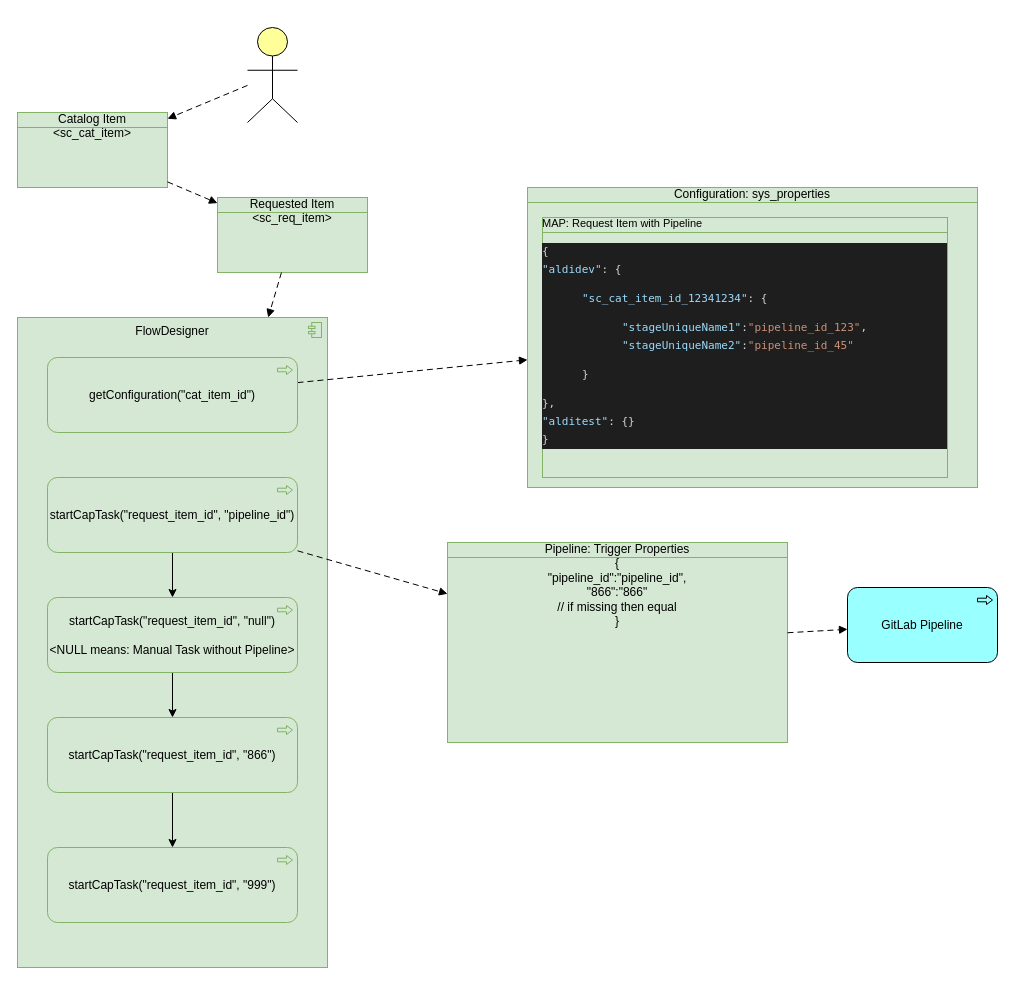
This is aldiCap.drawio from algimas/tmp, a draw.io file, before an edit. Source tidied: cells renumbered, new cells numbered last; positions are measured from the earlier drawing's top-left corner, leaving out a move shared by most shapes. Both pictures are drawn from the tidied source at 100%, with x=0, y=0 at pixel (17, 27).
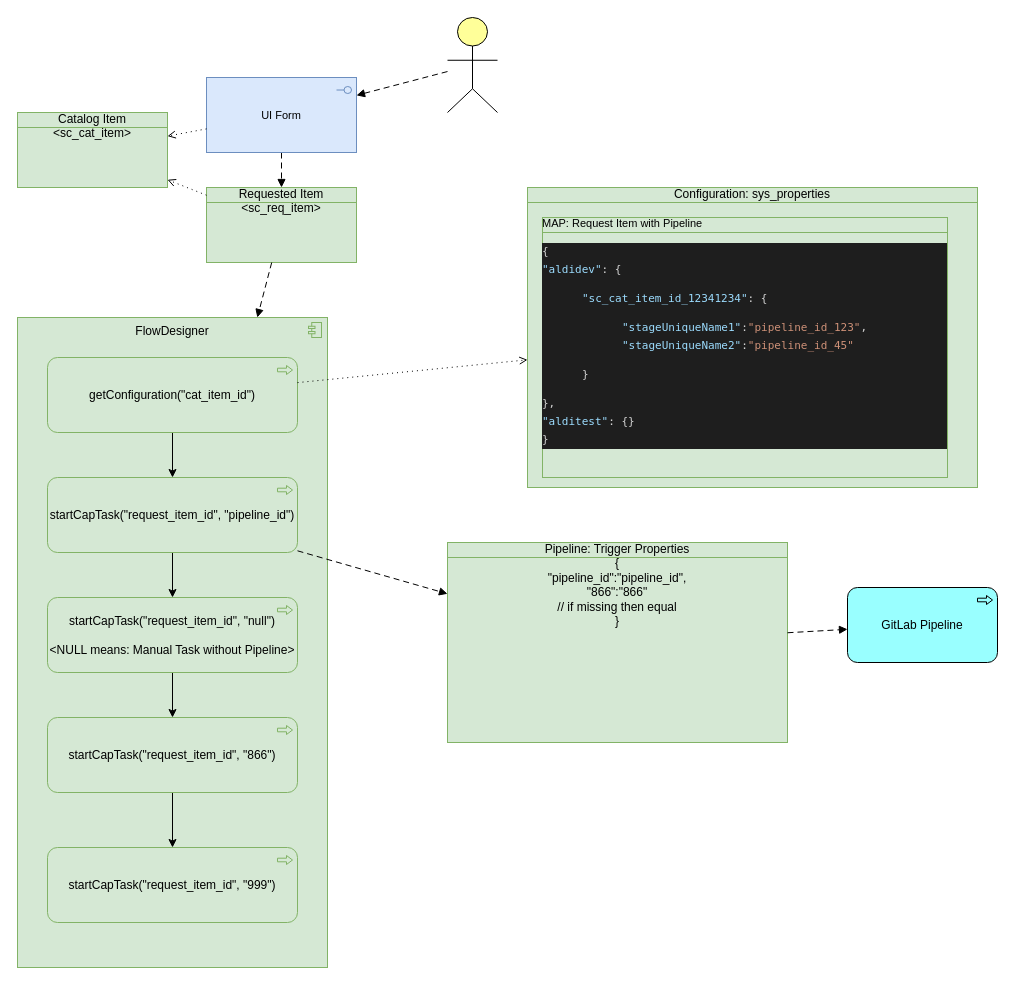
After the change.

Unchanged cells that the change refers to:
```xml
<mxCell id="6" value="Configuration: sys_properties" style="html=1;outlineConnect=0;whiteSpace=wrap;fillColor=#d5e8d4;shape=mxgraph.archimate3.businessObject;overflow=fill;strokeColor=#82b366;" parent="1" vertex="1">
  <mxGeometry x="510" y="160" width="450" height="300" as="geometry" />
</mxCell>
<mxCell id="10" value="startCapTask(&quot;request_item_id&quot;, &quot;pipeline_id&quot;)" style="html=1;outlineConnect=0;whiteSpace=wrap;fillColor=#d5e8d4;shape=mxgraph.archimate3.application;appType=proc;archiType=rounded;strokeColor=#82b366;" parent="1" vertex="1">
  <mxGeometry x="30" y="450" width="250" height="75" as="geometry" />
</mxCell>
<mxCell id="16" value="&lt;div&gt;Catalog Item &lt;br&gt;&lt;/div&gt;&lt;div&gt;&amp;lt;sc_cat_item&amp;gt;&lt;/div&gt;" style="html=1;outlineConnect=0;whiteSpace=wrap;fillColor=#d5e8d4;shape=mxgraph.archimate3.businessObject;overflow=fill;strokeColor=#82b366;" parent="1" vertex="1">
  <mxGeometry y="85" width="150" height="75" as="geometry" />
</mxCell>
<mxCell id="20" value="getConfiguration(&quot;cat_item_id&quot;)" style="html=1;outlineConnect=0;whiteSpace=wrap;fillColor=#d5e8d4;shape=mxgraph.archimate3.application;appType=proc;archiType=rounded;strokeColor=#82b366;" parent="1" vertex="1">
  <mxGeometry x="30" y="330" width="250" height="75" as="geometry" />
</mxCell>
```

What changed in the source:
```diff
@@
     <mxCell id="3" value="Requested Item &amp;lt;sc_req_item&amp;gt;" style="html=1;outlineConnect=0;whiteSpace=wrap;fillColor=#d5e8d4;shape=mxgraph.archimate3.businessObject;overflow=fill;strokeColor=#82b366;" parent="1" vertex="1">
-      <mxGeometry x="200" y="170" width="150" height="75" as="geometry" />
+      <mxGeometry x="189" y="160" width="150" height="75" as="geometry" />
     </mxCell>
@@
-    <mxCell id="5" style="html=1;endArrow=block;dashed=1;elbow=vertical;endFill=1;dashPattern=6 4;rounded=0;" parent="1" edge="1" source="20" target="6">
-      <mxGeometry relative="1" as="geometry" />
-    </mxCell>
@@
     <mxCell id="17" style="html=1;outlineConnect=0;whiteSpace=wrap;fillColor=#ffff99;verticalLabelPosition=bottom;verticalAlign=top;align=center;shape=mxgraph.archimate3.actor;" parent="1" vertex="1">
-      <mxGeometry x="230" width="50" height="95" as="geometry" />
+      <mxGeometry x="430" y="-10" width="50" height="95" as="geometry" />
     </mxCell>
-    <mxCell id="18" style="html=1;endArrow=block;dashed=1;elbow=vertical;endFill=1;dashPattern=6 4;rounded=0;" parent="1" edge="1" source="17" target="16">
+    <mxCell id="18" style="html=1;endArrow=block;dashed=1;elbow=vertical;endFill=1;dashPattern=6 4;rounded=0;" parent="1" edge="1" source="17" target="25">
       <mxGeometry relative="1" as="geometry" />
     </mxCell>
-    <mxCell id="19" style="html=1;endArrow=block;dashed=1;elbow=vertical;endFill=1;dashPattern=6 4;rounded=0;" parent="1" edge="1" source="16" target="3">
+    <mxCell id="19" style="html=1;endArrow=block;dashed=1;elbow=vertical;endFill=1;dashPattern=6 4;rounded=0;" parent="1" edge="1" source="25" target="3">
       <mxGeometry relative="1" as="geometry" />
     </mxCell>
+    <mxCell id="24" style="edgeStyle=none;rounded=0;jettySize=auto;html=1;fontSize=11;" parent="1" edge="1" source="20" target="10">
+      <mxGeometry relative="1" as="geometry" />
+    </mxCell>
@@
+    <mxCell id="25" value="UI Form" style="html=1;outlineConnect=0;whiteSpace=wrap;fillColor=#dae8fc;shape=mxgraph.archimate3.application;appType=interface;archiType=square;fontSize=11;strokeColor=#6c8ebf;" parent="1" vertex="1">
+      <mxGeometry x="189" y="50" width="150" height="75" as="geometry" />
+    </mxCell>
+    <mxCell id="26" style="html=1;endArrow=open;elbow=vertical;endFill=0;dashed=1;dashPattern=1 4;rounded=0;fontSize=11;" parent="1" edge="1" source="25" target="16">
+      <mxGeometry relative="1" as="geometry" />
+    </mxCell>
+    <mxCell id="27" style="html=1;endArrow=open;elbow=vertical;endFill=0;dashed=1;dashPattern=1 4;rounded=0;fontSize=11;" parent="1" edge="1" source="3" target="16">
+      <mxGeometry relative="1" as="geometry" />
+    </mxCell>
+    <mxCell id="5" style="html=1;endArrow=open;elbow=vertical;endFill=0;dashed=1;dashPattern=1 4;rounded=0;fontSize=11;" parent="1" edge="1" source="20" target="6">
+      <mxGeometry relative="1" as="geometry" />
+    </mxCell>
```
